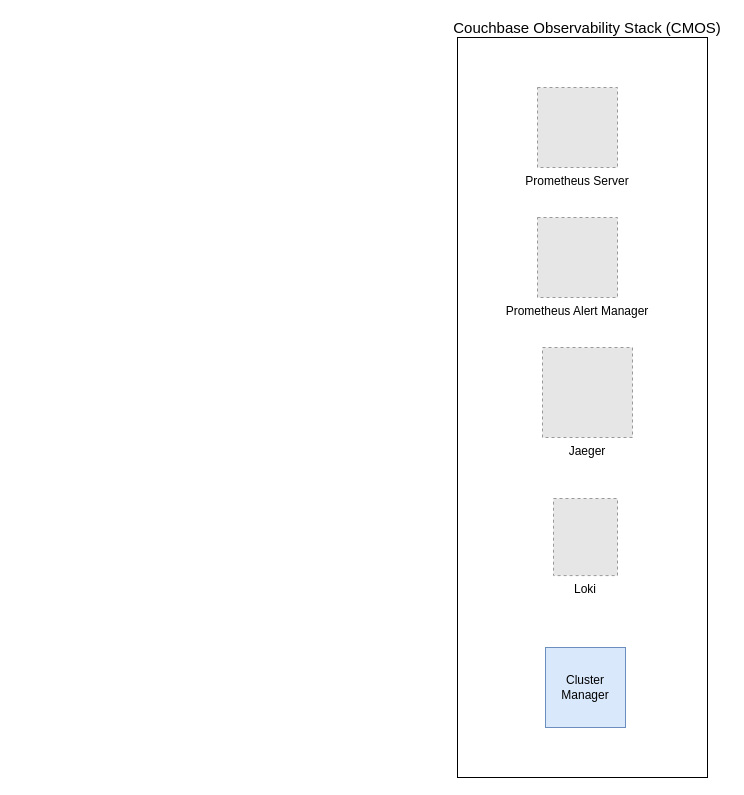
Earlier version of the draw.io diagram prometheus-server.drawio (princerachit/atheoscommune.github.io). Source tidied: cells renumbered, new cells numbered last; positions are measured from the earlier drawing's top-left corner, leaving out a move shared by most shapes. Both pictures are drawn from the tidied source at 100%, with x=0, y=0 at pixel (447, 17). Pictures stored in the file or linked from it are replaced by grey dashed boxes.
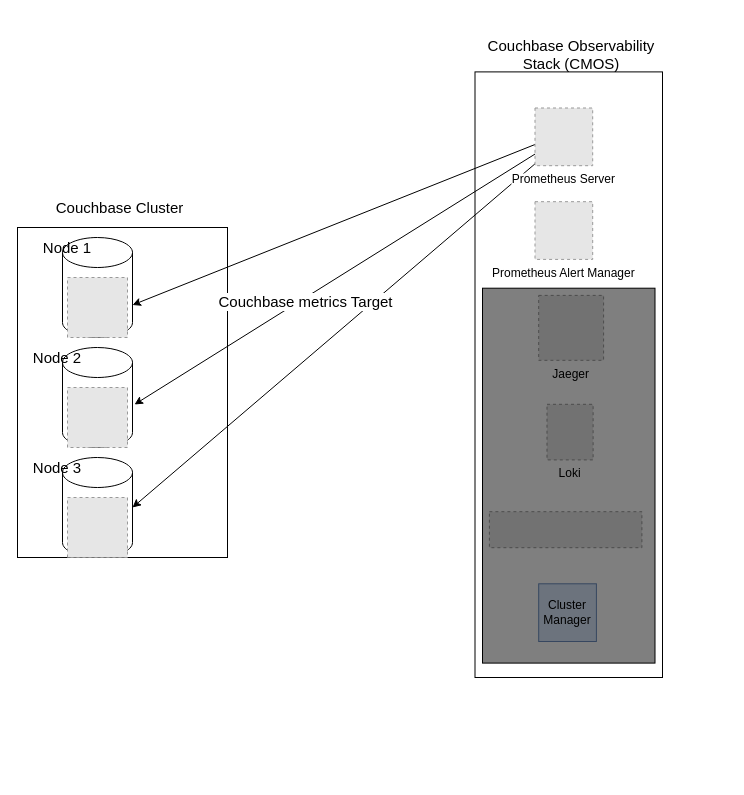
After the change.

What changed in the source:
```diff
@@
+    <mxCell id="9" style="rounded=0;whiteSpace=wrap;html=1;fontSize=15;fillColor=none;" parent="1" vertex="1">
+      <mxGeometry x="-430" y="210" width="210" height="330" as="geometry" />
+    </mxCell>
+    <mxCell id="10" style="shape=cylinder3;whiteSpace=wrap;html=1;boundedLbl=1;backgroundOutline=1;size=15;fontSize=15;fillColor=none;" parent="1" vertex="1">
+      <mxGeometry x="-385" y="220" width="70" height="100" as="geometry" />
+    </mxCell>
+    <mxCell id="11" style="fillColor=#E6E6E6;strokeColor=#999999;dashed=1;verticalLabelPosition=bottom;labelBackgroundColor=#ffffff;verticalAlign=top;" parent="1" vertex="1">
+      <mxGeometry x="-380" y="260" width="60" height="60" as="geometry" />
+    </mxCell>
+    <mxCell id="12" value="Couchbase Cluster" style="text;html=1;strokeColor=none;fillColor=none;align=center;verticalAlign=middle;whiteSpace=wrap;rounded=0;fontSize=15;" parent="1" vertex="1">
+      <mxGeometry x="-430" y="180" width="205" height="20" as="geometry" />
+    </mxCell>
+    <mxCell id="13" style="endArrow=classic;html=1;fontSize=15;entryX=1;entryY=0;entryDx=0;entryDy=67.5;entryPerimeter=0;" parent="1" edge="1" target="10">
+      <mxGeometry relative="1" as="geometry">
+        <mxPoint x="90" y="126" as="sourcePoint" />
+      </mxGeometry>
+    </mxCell>
+    <mxCell id="14" style="shape=cylinder3;whiteSpace=wrap;html=1;boundedLbl=1;backgroundOutline=1;size=15;fontSize=15;fillColor=none;" parent="1" vertex="1">
+      <mxGeometry x="-385" y="330" width="70" height="100" as="geometry" />
+    </mxCell>
+    <mxCell id="15" style="fillColor=#E6E6E6;strokeColor=#999999;dashed=1;verticalLabelPosition=bottom;labelBackgroundColor=#ffffff;verticalAlign=top;" parent="1" vertex="1">
+      <mxGeometry x="-380" y="370" width="60" height="60" as="geometry" />
+    </mxCell>
+    <mxCell id="16" style="shape=cylinder3;whiteSpace=wrap;html=1;boundedLbl=1;backgroundOutline=1;size=15;fontSize=15;fillColor=none;" parent="1" vertex="1">
+      <mxGeometry x="-385" y="440" width="70" height="100" as="geometry" />
+    </mxCell>
+    <mxCell id="17" style="fillColor=#E6E6E6;strokeColor=#999999;dashed=1;verticalLabelPosition=bottom;labelBackgroundColor=#ffffff;verticalAlign=top;" parent="1" vertex="1">
+      <mxGeometry x="-380" y="480" width="60" height="60" as="geometry" />
+    </mxCell>
+    <mxCell id="18" style="endArrow=classic;html=1;fontSize=15;entryX=1;entryY=0.5;entryDx=0;entryDy=0;entryPerimeter=0;" parent="1" edge="1" target="16">
+      <mxGeometry relative="1" as="geometry">
+        <mxPoint x="90" y="144.2" as="sourcePoint" />
+      </mxGeometry>
+    </mxCell>
+    <mxCell id="19" style="endArrow=classic;html=1;fontSize=15;entryX=1.029;entryY=0.57;entryDx=0;entryDy=0;entryPerimeter=0;" parent="1" edge="1" target="14">
+      <mxGeometry relative="1" as="geometry">
+        <mxPoint x="90" y="135" as="sourcePoint" />
+      </mxGeometry>
+    </mxCell>
+    <mxCell id="20" value="Couchbase metrics Target" style="edgeLabel;html=1;align=center;verticalAlign=middle;fontSize=15;" parent="19" vertex="1">
+      <mxGeometry x="0.16" y="2" relative="1" as="geometry" />
+    </mxCell>
+    <mxCell id="21" value="Node 1" style="text;html=1;strokeColor=none;fillColor=none;align=center;verticalAlign=middle;whiteSpace=wrap;rounded=0;fontSize=15;" parent="1" vertex="1">
+      <mxGeometry x="-410" y="220" width="60" height="20" as="geometry" />
+    </mxCell>
+    <mxCell id="22" value="Node 2" style="text;html=1;strokeColor=none;fillColor=none;align=center;verticalAlign=middle;whiteSpace=wrap;rounded=0;fontSize=15;" parent="1" vertex="1">
+      <mxGeometry x="-420" y="330" width="60" height="20" as="geometry" />
+    </mxCell>
+    <mxCell id="23" value="Node 3" style="text;html=1;strokeColor=none;fillColor=none;align=center;verticalAlign=middle;whiteSpace=wrap;rounded=0;fontSize=15;" parent="1" vertex="1">
+      <mxGeometry x="-420" y="440" width="60" height="20" as="geometry" />
+    </mxCell>
     <mxCell id="2" value="Prometheus Alert Manager" style="fillColor=#E6E6E6;strokeColor=#999999;dashed=1;verticalLabelPosition=bottom;labelBackgroundColor=#ffffff;verticalAlign=top;" parent="1" vertex="1">
-      <mxGeometry x="90" y="200" width="80" height="80" as="geometry" />
+      <mxGeometry x="87.5" y="184.2" width="57.7" height="57.7" as="geometry" />
     </mxCell>
-    <mxCell id="3" style="rounded=0;whiteSpace=wrap;html=1;fillColor=none;" parent="1" vertex="1">
-      <mxGeometry x="10" y="20" width="250" height="740" as="geometry" />
-    </mxCell>
+    <mxCell id="24" style="rounded=0;whiteSpace=wrap;html=1;fillColor=none;" parent="1" vertex="1">
+      <mxGeometry x="27.5" y="54.4" width="187.5" height="605.6" as="geometry" />
+    </mxCell>
     <mxCell id="4" value="Jaeger" style="fillColor=#E6E6E6;strokeColor=#999999;dashed=1;verticalLabelPosition=bottom;labelBackgroundColor=#ffffff;verticalAlign=top;" parent="1" vertex="1">
-      <mxGeometry x="95" y="330" width="90" height="90" as="geometry" />
+      <mxGeometry x="91.2" y="277.9" width="64.9" height="64.9" as="geometry" />
     </mxCell>
     <mxCell id="5" value="Loki" style="fillColor=#E6E6E6;strokeColor=#999999;dashed=1;verticalLabelPosition=bottom;labelBackgroundColor=#ffffff;verticalAlign=top;" parent="1" vertex="1">
-      <mxGeometry x="106" y="481" width="64" height="77.1" as="geometry" />
+      <mxGeometry x="99.5" y="386.8" width="46.1" height="55.6" as="geometry" />
     </mxCell>
     <mxCell id="6" value="Prometheus Server" style="fillColor=#E6E6E6;strokeColor=#999999;dashed=1;verticalLabelPosition=bottom;labelBackgroundColor=#ffffff;verticalAlign=top;" parent="1" vertex="1">
-      <mxGeometry x="90" y="70" width="80" height="80" as="geometry" />
+      <mxGeometry x="87.5" y="90.5" width="57.7" height="57.7" as="geometry" />
     </mxCell>
     <mxCell id="7" value="Cluster Manager" style="whiteSpace=wrap;html=1;fillColor=#dae8fc;strokeColor=#6c8ebf;" parent="1" vertex="1">
-      <mxGeometry x="98" y="630" width="80" height="80" as="geometry" />
+      <mxGeometry x="91.2" y="566.3" width="57.7" height="57.7" as="geometry" />
     </mxCell>
     <mxCell id="8" value="Couchbase Observability Stack (CMOS)" style="text;html=1;strokeColor=none;fillColor=none;align=center;verticalAlign=middle;whiteSpace=wrap;rounded=0;fontSize=15;" parent="1" vertex="1">
-      <mxGeometry width="280" height="20" as="geometry" />
+      <mxGeometry x="18.7" y="30" width="210" height="14.4" as="geometry" />
     </mxCell>
+    <mxCell id="25" style="fillColor=#E6E6E6;strokeColor=#999999;dashed=1;verticalLabelPosition=bottom;labelBackgroundColor=#ffffff;verticalAlign=top;" parent="1" vertex="1">
+      <mxGeometry x="41.9" y="494.2" width="152.5" height="36" as="geometry" />
+    </mxCell>
+    <mxCell id="26" style="rounded=0;whiteSpace=wrap;html=1;fontSize=15;fillOpacity=50;fillColor=#000000;" parent="1" vertex="1">
+      <mxGeometry x="35" y="270.7" width="172.5" height="374.9" as="geometry" />
+    </mxCell>
```
